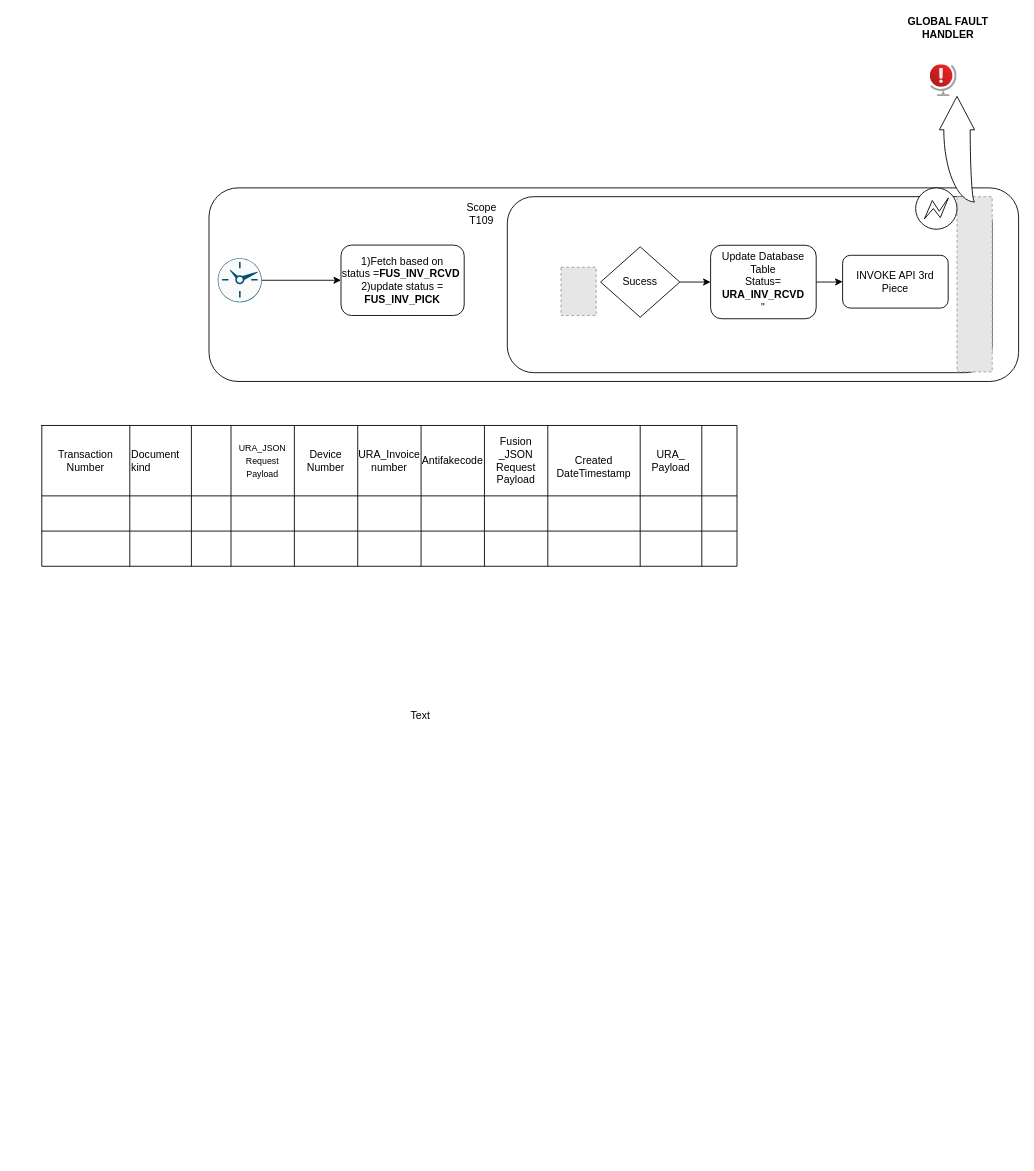
Earlier version of the draw.io diagram MTN_ENHANCED.drawio (anantwag19/Workspace). Source tidied: cells renumbered, new cells numbered last; positions are measured from the earlier drawing's top-left corner, leaving out a move shared by most shapes. Both pictures are drawn from the tidied source at 88%, with x=0, y=0 at pixel (41, 20). Pictures stored in the file or linked from it are replaced by grey dashed boxes.
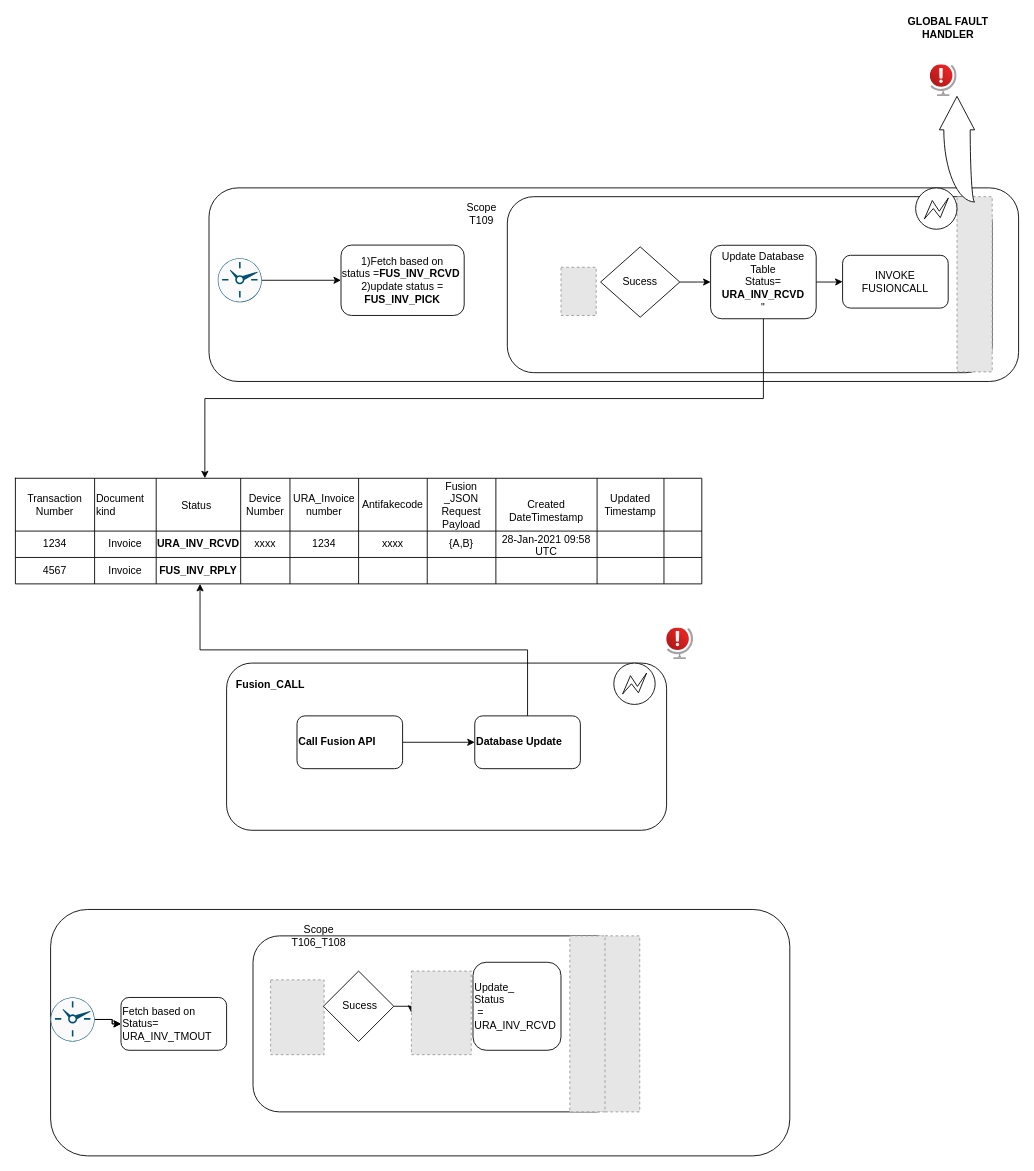
The same page after the edit.

Unchanged cells that the change refers to:
```xml
<mxCell id="19" value="&lt;div&gt;Update Database Table&lt;/div&gt;&lt;div&gt;Status=&lt;br&gt;  &lt;b&gt;URA_INV_RCVD&lt;/b&gt;&lt;br&gt;&quot;&lt;br&gt;&lt;/div&gt;" style="rounded=1;whiteSpace=wrap;html=1;" parent="1" vertex="1">
  <mxGeometry x="760" y="255.2" width="120" height="83.5" as="geometry" />
</mxCell>
```

Change to the diagram source:
```diff
@@
-    <mxCell id="8" value="Text" style="text;html=1;align=center;verticalAlign=middle;strokeColor=none;" parent="1" vertex="1">
-      <mxGeometry x="410" y="780" width="40" height="20" as="geometry" />
-    </mxCell>
@@
-    <mxCell id="17" value="INVOKE API 3rd Piece" style="rounded=1;whiteSpace=wrap;html=1;" parent="1" vertex="1">
+    <mxCell id="17" value="INVOKE FUSIONCALL" style="rounded=1;whiteSpace=wrap;html=1;" parent="1" vertex="1">
       <mxGeometry x="910" y="266.6" width="120" height="60" as="geometry" />
     </mxCell>
@@
+    <mxCell id="57" style="edgeStyle=orthogonalEdgeStyle;rounded=0;jettySize=auto;html=1;entryX=0.276;entryY=0;entryDx=0;entryDy=0;entryPerimeter=0;fontSize=12;" parent="1" edge="1" source="19" target="21">
+      <mxGeometry relative="1" as="geometry" />
+    </mxCell>
@@
     <mxCell id="20" style="shape=table;html=1;whiteSpace=wrap;startSize=0;childLayout=tableLayout;" parent="1" vertex="1">
-      <mxGeometry y="460" width="790" height="160" as="geometry" />
+      <mxGeometry x="-30" y="520" width="780" height="120" as="geometry" />
     </mxCell>
     <mxCell id="21" style="shape=partialRectangle;html=1;whiteSpace=wrap;fillColor=none;top=0;left=0;bottom=0;right=0;points=[[0,0.5],[1,0.5]];portConstraint=eastwest;" parent="20" vertex="1">
-      <mxGeometry width="790" height="80" as="geometry" />
+      <mxGeometry width="780" height="60" as="geometry" />
     </mxCell>
     <mxCell id="22" value="&lt;div&gt;Transaction&lt;/div&gt;&lt;div&gt;Number&lt;br&gt;&lt;/div&gt;" style="shape=partialRectangle;html=1;whiteSpace=wrap;fillColor=none;top=0;left=0;bottom=0;right=0;overflow=hidden;" parent="21" vertex="1">
-      <mxGeometry width="100" height="80" as="geometry" />
+      <mxGeometry width="90" height="60" as="geometry" />
     </mxCell>
     <mxCell id="23" value="Document kind" style="shape=partialRectangle;html=1;whiteSpace=wrap;fillColor=none;top=0;left=0;bottom=0;right=0;overflow=hidden;align=left;" parent="21" vertex="1">
-      <mxGeometry x="100" width="70" height="80" as="geometry" />
+      <mxGeometry x="90" width="70" height="60" as="geometry" />
     </mxCell>
-    <mxCell id="24" style="shape=partialRectangle;html=1;whiteSpace=wrap;fillColor=none;top=0;left=0;bottom=0;right=0;overflow=hidden;fontSize=8;" parent="21" vertex="1">
-      <mxGeometry x="170" width="45" height="80" as="geometry" />
+    <mxCell id="24" value="&lt;table&gt;&lt;tbody&gt;&lt;tr&gt;&lt;td&gt;&lt;br&gt;&lt;/td&gt;&lt;td&gt;&lt;br&gt;&lt;/td&gt;&lt;/tr&gt;&lt;tr&gt;&lt;td&gt;Status&lt;br&gt;&lt;/td&gt;&lt;td&gt;&lt;br&gt;&lt;/td&gt;&lt;/tr&gt;&lt;tr&gt;&lt;td&gt;&lt;br&gt;&lt;/td&gt;&lt;td&gt;&lt;br&gt;&lt;/td&gt;&lt;/tr&gt;&lt;/tbody&gt;&lt;/table&gt;" style="shape=partialRectangle;html=1;whiteSpace=wrap;fillColor=none;top=0;left=0;bottom=0;right=0;overflow=hidden;fontSize=12;" parent="21" vertex="1">
+      <mxGeometry x="160" width="96" height="60" as="geometry" />
     </mxCell>
-    <mxCell id="25" value="&lt;font style=&quot;font-size: 10px&quot;&gt;URA_JSON Request Payload&lt;/font&gt;" style="shape=partialRectangle;html=1;whiteSpace=wrap;fillColor=none;top=0;left=0;bottom=0;right=0;overflow=hidden;" parent="21" vertex="1">
-      <mxGeometry x="215" width="72" height="80" as="geometry" />
-    </mxCell>
     <mxCell id="26" value="Device Number" style="shape=partialRectangle;html=1;whiteSpace=wrap;fillColor=none;top=0;left=0;bottom=0;right=0;overflow=hidden;" parent="21" vertex="1">
-      <mxGeometry x="287" width="72" height="80" as="geometry" />
+      <mxGeometry x="256" width="56" height="60" as="geometry" />
     </mxCell>
     <mxCell id="27" value="URA_Invoice number" style="shape=partialRectangle;html=1;whiteSpace=wrap;fillColor=none;top=0;left=0;bottom=0;right=0;overflow=hidden;" parent="21" vertex="1">
-      <mxGeometry x="359" width="72" height="80" as="geometry" />
+      <mxGeometry x="312" width="78" height="60" as="geometry" />
     </mxCell>
     <mxCell id="28" value="Antifakecode" style="shape=partialRectangle;html=1;whiteSpace=wrap;fillColor=none;top=0;left=0;bottom=0;right=0;overflow=hidden;" parent="21" vertex="1">
-      <mxGeometry x="431" width="72" height="80" as="geometry" />
+      <mxGeometry x="390" width="78" height="60" as="geometry" />
     </mxCell>
     <mxCell id="29" value="Fusion _JSON Request Payload" style="shape=partialRectangle;html=1;whiteSpace=wrap;fillColor=none;top=0;left=0;bottom=0;right=0;overflow=hidden;fontSize=12;" parent="21" vertex="1">
-      <mxGeometry x="503" width="72" height="80" as="geometry" />
+      <mxGeometry x="468" width="78" height="60" as="geometry" />
     </mxCell>
     <mxCell id="30" value="&lt;br style=&quot;font-size: 12px&quot;&gt;&lt;div&gt;  Created&lt;/div&gt;&lt;div&gt;DateTimestamp&lt;/div&gt;" style="shape=partialRectangle;html=1;whiteSpace=wrap;fillColor=none;top=0;left=0;bottom=0;right=0;overflow=hidden;fontSize=12;" parent="21" vertex="1">
-      <mxGeometry x="575" width="105" height="80" as="geometry" />
+      <mxGeometry x="546" width="115" height="60" as="geometry" />
     </mxCell>
-    <mxCell id="31" value="&lt;div&gt;URA_&lt;/div&gt;&lt;div&gt;Payload&lt;/div&gt;" style="shape=partialRectangle;html=1;whiteSpace=wrap;fillColor=none;top=0;left=0;bottom=0;right=0;overflow=hidden;" parent="21" vertex="1">
-      <mxGeometry x="680" width="70" height="80" as="geometry" />
+    <mxCell id="31" value="&lt;div&gt;Updated&lt;/div&gt;&lt;div&gt;Timestamp&lt;/div&gt;" style="shape=partialRectangle;html=1;whiteSpace=wrap;fillColor=none;top=0;left=0;bottom=0;right=0;overflow=hidden;" parent="21" vertex="1">
+      <mxGeometry x="661" width="76" height="60" as="geometry" />
     </mxCell>
     <mxCell id="32" style="shape=partialRectangle;html=1;whiteSpace=wrap;fillColor=none;top=0;left=0;bottom=0;right=0;overflow=hidden;" parent="21" vertex="1">
-      <mxGeometry x="750" width="40" height="80" as="geometry" />
+      <mxGeometry x="737" width="43" height="60" as="geometry" />
     </mxCell>
     <mxCell id="33" style="shape=partialRectangle;html=1;whiteSpace=wrap;fillColor=none;top=0;left=0;bottom=0;right=0;" parent="20" vertex="1">
-      <mxGeometry y="80" width="790" height="40" as="geometry" />
+      <mxGeometry y="60" width="780" height="30" as="geometry" />
     </mxCell>
-    <mxCell id="34" style="shape=partialRectangle;html=1;whiteSpace=wrap;fillColor=none;top=0;left=0;bottom=0;right=0;overflow=hidden;" parent="33" vertex="1">
-      <mxGeometry width="100" height="40" as="geometry" />
+    <mxCell id="34" value="1234" style="shape=partialRectangle;html=1;whiteSpace=wrap;fillColor=none;top=0;left=0;bottom=0;right=0;overflow=hidden;" parent="33" vertex="1">
+      <mxGeometry width="90" height="30" as="geometry" />
     </mxCell>
-    <mxCell id="35" style="shape=partialRectangle;html=1;whiteSpace=wrap;fillColor=none;top=0;left=0;bottom=0;right=0;overflow=hidden;" parent="33" vertex="1">
-      <mxGeometry x="100" width="70" height="40" as="geometry" />
+    <mxCell id="35" value="Invoice" style="shape=partialRectangle;html=1;whiteSpace=wrap;fillColor=none;top=0;left=0;bottom=0;right=0;overflow=hidden;" parent="33" vertex="1">
+      <mxGeometry x="90" width="70" height="30" as="geometry" />
     </mxCell>
-    <mxCell id="36" style="shape=partialRectangle;html=1;whiteSpace=wrap;fillColor=none;top=0;left=0;bottom=0;right=0;overflow=hidden;" parent="33" vertex="1">
-      <mxGeometry x="170" width="45" height="40" as="geometry" />
+    <mxCell id="36" value="&lt;b&gt;URA_INV_RCVD&lt;/b&gt;" style="shape=partialRectangle;html=1;whiteSpace=wrap;fillColor=none;top=0;left=0;bottom=0;right=0;overflow=hidden;" parent="33" vertex="1">
+      <mxGeometry x="160" width="96" height="30" as="geometry" />
     </mxCell>
-    <mxCell id="37" style="shape=partialRectangle;html=1;whiteSpace=wrap;fillColor=none;top=0;left=0;bottom=0;right=0;overflow=hidden;" parent="33" vertex="1">
-      <mxGeometry x="215" width="72" height="40" as="geometry" />
-    </mxCell>
-    <mxCell id="38" style="shape=partialRectangle;html=1;whiteSpace=wrap;fillColor=none;top=0;left=0;bottom=0;right=0;overflow=hidden;" parent="33" vertex="1">
-      <mxGeometry x="287" width="72" height="40" as="geometry" />
+    <mxCell id="38" value="xxxx" style="shape=partialRectangle;html=1;whiteSpace=wrap;fillColor=none;top=0;left=0;bottom=0;right=0;overflow=hidden;" parent="33" vertex="1">
+      <mxGeometry x="256" width="56" height="30" as="geometry" />
     </mxCell>
-    <mxCell id="39" style="shape=partialRectangle;html=1;whiteSpace=wrap;fillColor=none;top=0;left=0;bottom=0;right=0;overflow=hidden;" parent="33" vertex="1">
-      <mxGeometry x="359" width="72" height="40" as="geometry" />
+    <mxCell id="39" value="1234" style="shape=partialRectangle;html=1;whiteSpace=wrap;fillColor=none;top=0;left=0;bottom=0;right=0;overflow=hidden;" parent="33" vertex="1">
+      <mxGeometry x="312" width="78" height="30" as="geometry" />
     </mxCell>
-    <mxCell id="40" style="shape=partialRectangle;html=1;whiteSpace=wrap;fillColor=none;top=0;left=0;bottom=0;right=0;overflow=hidden;" parent="33" vertex="1">
-      <mxGeometry x="431" width="72" height="40" as="geometry" />
+    <mxCell id="40" value="xxxx" style="shape=partialRectangle;html=1;whiteSpace=wrap;fillColor=none;top=0;left=0;bottom=0;right=0;overflow=hidden;" parent="33" vertex="1">
+      <mxGeometry x="390" width="78" height="30" as="geometry" />
     </mxCell>
-    <mxCell id="41" style="shape=partialRectangle;html=1;whiteSpace=wrap;fillColor=none;top=0;left=0;bottom=0;right=0;overflow=hidden;" parent="33" vertex="1">
-      <mxGeometry x="503" width="72" height="40" as="geometry" />
+    <mxCell id="41" value="{A,B}" style="shape=partialRectangle;html=1;whiteSpace=wrap;fillColor=none;top=0;left=0;bottom=0;right=0;overflow=hidden;" parent="33" vertex="1">
+      <mxGeometry x="468" width="78" height="30" as="geometry" />
     </mxCell>
-    <mxCell id="42" style="shape=partialRectangle;html=1;whiteSpace=wrap;fillColor=none;top=0;left=0;bottom=0;right=0;overflow=hidden;" parent="33" vertex="1">
-      <mxGeometry x="575" width="105" height="40" as="geometry" />
+    <mxCell id="42" value="28-Jan-2021 09:58 UTC" style="shape=partialRectangle;html=1;whiteSpace=wrap;fillColor=none;top=0;left=0;bottom=0;right=0;overflow=hidden;" parent="33" vertex="1">
+      <mxGeometry x="546" width="115" height="30" as="geometry" />
     </mxCell>
     <mxCell id="43" style="shape=partialRectangle;html=1;whiteSpace=wrap;fillColor=none;top=0;left=0;bottom=0;right=0;overflow=hidden;" parent="33" vertex="1">
-      <mxGeometry x="680" width="70" height="40" as="geometry" />
+      <mxGeometry x="661" width="76" height="30" as="geometry" />
     </mxCell>
     <mxCell id="44" style="shape=partialRectangle;html=1;whiteSpace=wrap;fillColor=none;top=0;left=0;bottom=0;right=0;overflow=hidden;" parent="33" vertex="1">
-      <mxGeometry x="750" width="40" height="40" as="geometry" />
+      <mxGeometry x="737" width="43" height="30" as="geometry" />
     </mxCell>
     <mxCell id="45" style="shape=partialRectangle;html=1;whiteSpace=wrap;fillColor=none;top=0;left=0;bottom=0;right=0;points=[[0,0.5],[1,0.5]];portConstraint=eastwest;" parent="20" vertex="1">
-      <mxGeometry y="120" width="790" height="40" as="geometry" />
+      <mxGeometry y="90" width="780" height="30" as="geometry" />
     </mxCell>
-    <mxCell id="46" style="shape=partialRectangle;html=1;whiteSpace=wrap;fillColor=none;top=0;left=0;bottom=0;right=0;overflow=hidden;" parent="45" vertex="1">
-      <mxGeometry width="100" height="40" as="geometry" />
+    <mxCell id="46" value="4567" style="shape=partialRectangle;html=1;whiteSpace=wrap;fillColor=none;top=0;left=0;bottom=0;right=0;overflow=hidden;" parent="45" vertex="1">
+      <mxGeometry width="90" height="30" as="geometry" />
     </mxCell>
-    <mxCell id="47" style="shape=partialRectangle;html=1;whiteSpace=wrap;fillColor=none;top=0;left=0;bottom=0;right=0;overflow=hidden;" parent="45" vertex="1">
-      <mxGeometry x="100" width="70" height="40" as="geometry" />
+    <mxCell id="47" value="Invoice" style="shape=partialRectangle;html=1;whiteSpace=wrap;fillColor=none;top=0;left=0;bottom=0;right=0;overflow=hidden;" parent="45" vertex="1">
+      <mxGeometry x="90" width="70" height="30" as="geometry" />
     </mxCell>
-    <mxCell id="48" style="shape=partialRectangle;html=1;whiteSpace=wrap;fillColor=none;top=0;left=0;bottom=0;right=0;overflow=hidden;" parent="45" vertex="1">
-      <mxGeometry x="170" width="45" height="40" as="geometry" />
+    <mxCell id="48" value="&lt;b&gt;FUS_INV_RPLY&lt;br&gt;&lt;/b&gt;" style="shape=partialRectangle;html=1;whiteSpace=wrap;fillColor=none;top=0;left=0;bottom=0;right=0;overflow=hidden;" parent="45" vertex="1">
+      <mxGeometry x="160" width="96" height="30" as="geometry" />
     </mxCell>
-    <mxCell id="49" style="shape=partialRectangle;html=1;whiteSpace=wrap;fillColor=none;top=0;left=0;bottom=0;right=0;overflow=hidden;" parent="45" vertex="1">
-      <mxGeometry x="215" width="72" height="40" as="geometry" />
-    </mxCell>
     <mxCell id="50" style="shape=partialRectangle;html=1;whiteSpace=wrap;fillColor=none;top=0;left=0;bottom=0;right=0;overflow=hidden;" parent="45" vertex="1">
-      <mxGeometry x="287" width="72" height="40" as="geometry" />
+      <mxGeometry x="256" width="56" height="30" as="geometry" />
     </mxCell>
     <mxCell id="51" style="shape=partialRectangle;html=1;whiteSpace=wrap;fillColor=none;top=0;left=0;bottom=0;right=0;overflow=hidden;" parent="45" vertex="1">
-      <mxGeometry x="359" width="72" height="40" as="geometry" />
+      <mxGeometry x="312" width="78" height="30" as="geometry" />
     </mxCell>
     <mxCell id="52" style="shape=partialRectangle;html=1;whiteSpace=wrap;fillColor=none;top=0;left=0;bottom=0;right=0;overflow=hidden;" parent="45" vertex="1">
-      <mxGeometry x="431" width="72" height="40" as="geometry" />
+      <mxGeometry x="390" width="78" height="30" as="geometry" />
     </mxCell>
     <mxCell id="53" style="shape=partialRectangle;html=1;whiteSpace=wrap;fillColor=none;top=0;left=0;bottom=0;right=0;overflow=hidden;" parent="45" vertex="1">
-      <mxGeometry x="503" width="72" height="40" as="geometry" />
+      <mxGeometry x="468" width="78" height="30" as="geometry" />
     </mxCell>
     <mxCell id="54" style="shape=partialRectangle;html=1;whiteSpace=wrap;fillColor=none;top=0;left=0;bottom=0;right=0;overflow=hidden;" parent="45" vertex="1">
-      <mxGeometry x="575" width="105" height="40" as="geometry" />
+      <mxGeometry x="546" width="115" height="30" as="geometry" />
     </mxCell>
     <mxCell id="55" style="shape=partialRectangle;html=1;whiteSpace=wrap;fillColor=none;top=0;left=0;bottom=0;right=0;overflow=hidden;" parent="45" vertex="1">
-      <mxGeometry x="680" width="70" height="40" as="geometry" />
+      <mxGeometry x="661" width="76" height="30" as="geometry" />
     </mxCell>
     <mxCell id="56" style="shape=partialRectangle;html=1;whiteSpace=wrap;fillColor=none;top=0;left=0;bottom=0;right=0;overflow=hidden;" parent="45" vertex="1">
-      <mxGeometry x="750" width="40" height="40" as="geometry" />
+      <mxGeometry x="737" width="43" height="30" as="geometry" />
     </mxCell>
+    <mxCell id="58" style="rounded=1;whiteSpace=wrap;html=1;fontSize=12;align=left;" parent="1" vertex="1">
+      <mxGeometry x="210" y="730" width="500" height="190" as="geometry" />
+    </mxCell>
+    <mxCell id="59" style="edgeStyle=orthogonalEdgeStyle;rounded=0;jettySize=auto;html=1;fontSize=12;" parent="1" edge="1" source="60" target="62">
+      <mxGeometry relative="1" as="geometry" />
+    </mxCell>
+    <mxCell id="60" value="&lt;b&gt;Call Fusion API &lt;/b&gt;" style="rounded=1;whiteSpace=wrap;html=1;fontSize=12;align=left;" parent="1" vertex="1">
+      <mxGeometry x="290" y="790" width="120" height="60" as="geometry" />
+    </mxCell>
+    <mxCell id="61" style="edgeStyle=orthogonalEdgeStyle;rounded=0;jettySize=auto;html=1;entryX=0.269;entryY=1;entryDx=0;entryDy=0;entryPerimeter=0;fontSize=12;" parent="1" edge="1" source="62" target="45">
+      <mxGeometry relative="1" as="geometry" />
+    </mxCell>
+    <mxCell id="62" value="&lt;b&gt;Database Update&lt;/b&gt;" style="rounded=1;whiteSpace=wrap;html=1;fontSize=12;align=left;" parent="1" vertex="1">
+      <mxGeometry x="492" y="790" width="120" height="60" as="geometry" />
+    </mxCell>
+    <mxCell id="63" style="shape=mxgraph.bpmn.event;html=1;verticalLabelPosition=bottom;labelBackgroundColor=#ffffff;verticalAlign=top;align=center;perimeter=ellipsePerimeter;outline=eventInt;symbol=error;fontSize=12;" parent="1" vertex="1">
+      <mxGeometry x="650" y="730" width="47" height="47" as="geometry" />
+    </mxCell>
+    <mxCell id="64" style="html=1;align=center;image;fontSize=12;image=img/lib/azure2/general/Globe_Error.svg;" parent="1" vertex="1">
+      <mxGeometry x="710" y="690" width="30.6" height="36" as="geometry" />
+    </mxCell>
+    <mxCell id="65" style="rounded=1;whiteSpace=wrap;html=1;fontSize=12;align=left;" parent="1" vertex="1">
+      <mxGeometry x="10" y="1010" width="840" height="280" as="geometry" />
+    </mxCell>
+    <mxCell id="66" style="edgeStyle=orthogonalEdgeStyle;rounded=0;jettySize=auto;html=1;fontSize=12;" parent="1" edge="1" source="68" target="70">
+      <mxGeometry relative="1" as="geometry" />
+    </mxCell>
+    <mxCell id="67" style="edgeStyle=orthogonalEdgeStyle;rounded=0;jettySize=auto;html=1;fontSize=12;" parent="1" edge="1" source="68" target="70">
+      <mxGeometry relative="1" as="geometry" />
+    </mxCell>
+    <mxCell id="68" style="points=[[0.5,0,0],[1,0.5,0],[0.5,1,0],[0,0.5,0],[0.145,0.145,0],[0.8555,0.145,0],[0.855,0.8555,0],[0.145,0.855,0]];verticalLabelPosition=bottom;html=1;verticalAlign=top;align=center;shape=mxgraph.cisco19.rect;prIcon=clock;fillColor=#FAFAFA;strokeColor=#005073;" parent="1" vertex="1">
+      <mxGeometry x="10" y="1110" width="50" height="50" as="geometry" />
+    </mxCell>
+    <mxCell id="69" style="rounded=1;whiteSpace=wrap;html=1;fontSize=12;align=left;" parent="1" vertex="1">
+      <mxGeometry x="240" y="1040" width="420" height="200" as="geometry" />
+    </mxCell>
+    <mxCell id="70" value="&lt;div&gt;Fetch based on Status=&lt;/div&gt;&lt;div&gt;URA_INV_TMOUT&lt;/div&gt;" style="rounded=1;whiteSpace=wrap;html=1;fontSize=12;align=left;" parent="1" vertex="1">
+      <mxGeometry x="90" y="1110" width="120" height="60" as="geometry" />
+    </mxCell>
+    <mxCell id="71" value="Scope T106_T108" style="text;html=1;strokeColor=none;fillColor=none;align=center;verticalAlign=middle;whiteSpace=wrap;rounded=0;fontSize=12;" parent="1" vertex="1">
+      <mxGeometry x="280" y="1020" width="70" height="40" as="geometry" />
+    </mxCell>
+    <mxCell id="72" style="fillColor=#E6E6E6;strokeColor=#999999;dashed=1;verticalLabelPosition=bottom;labelBackgroundColor=#ffffff;verticalAlign=top;fontSize=12;" parent="1" vertex="1">
+      <mxGeometry x="260" y="1090" width="60.8" height="85" as="geometry" />
+    </mxCell>
+    <mxCell id="73" style="edgeStyle=orthogonalEdgeStyle;rounded=0;jettySize=auto;html=1;fontSize=12;" parent="1" edge="1" source="74" target="77">
+      <mxGeometry relative="1" as="geometry" />
+    </mxCell>
+    <mxCell id="74" value="&amp;nbsp;&amp;nbsp;&amp;nbsp;&amp;nbsp;&amp;nbsp; Sucess" style="rhombus;whiteSpace=wrap;html=1;fontSize=12;align=left;" parent="1" vertex="1">
+      <mxGeometry x="320" y="1080" width="80" height="80" as="geometry" />
+    </mxCell>
+    <mxCell id="75" style="fillColor=#E6E6E6;strokeColor=#999999;dashed=1;verticalLabelPosition=bottom;labelBackgroundColor=#ffffff;verticalAlign=top;" parent="1" vertex="1">
+      <mxGeometry x="600" y="1040" width="43.1" height="200" as="geometry" />
+    </mxCell>
+    <mxCell id="76" style="fillColor=#E6E6E6;strokeColor=#999999;dashed=1;verticalLabelPosition=bottom;labelBackgroundColor=#ffffff;verticalAlign=top;" parent="1" vertex="1">
+      <mxGeometry x="640" y="1040" width="39.5" height="200" as="geometry" />
+    </mxCell>
+    <mxCell id="77" style="fillColor=#E6E6E6;strokeColor=#999999;dashed=1;verticalLabelPosition=bottom;labelBackgroundColor=#ffffff;verticalAlign=top;fontSize=12;" parent="1" vertex="1">
+      <mxGeometry x="420" y="1080" width="68" height="95" as="geometry" />
+    </mxCell>
+    <mxCell id="78" value="&lt;div&gt;Update_&lt;/div&gt;&lt;div&gt;Status&lt;br&gt;&lt;/div&gt;&amp;nbsp;= &lt;br&gt;  URA_INV_RCVD" style="rounded=1;whiteSpace=wrap;html=1;fontSize=12;align=left;" parent="1" vertex="1">
+      <mxGeometry x="490" y="1070" width="100" height="100" as="geometry" />
+    </mxCell>
+    <mxCell id="79" value="Fusion_CALL" style="text;html=1;strokeColor=none;fillColor=none;align=center;verticalAlign=middle;whiteSpace=wrap;rounded=0;fontSize=12;fontStyle=1;" parent="1" vertex="1">
+      <mxGeometry x="210" y="740" width="100" height="30" as="geometry" />
+    </mxCell>
```
